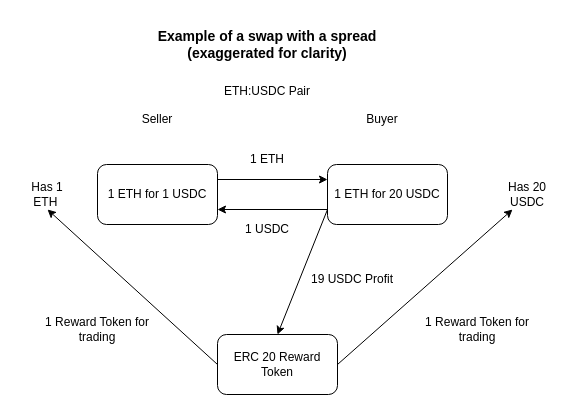
Above: Orderbook.drawio.xml in orderbook-avs/readme (draw.io), before the change. Source tidied: cells renumbered, new cells numbered last; positions are measured from the earlier drawing's top-left corner, leaving out a move shared by most shapes. Both pictures are drawn from the tidied source at 100%, with x=0, y=0 at pixel (17, 17).
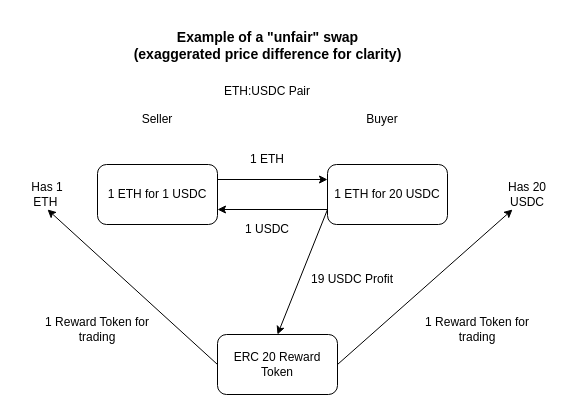
After the change.

Diff of the diagram source:
```diff
@@
-    <mxCell id="20" value="&lt;b&gt;&lt;font style=&quot;font-size: 14px;&quot;&gt;Example of a swap with a spread (exaggerated for clarity)&lt;/font&gt;&lt;/b&gt;" style="text;html=1;align=center;verticalAlign=middle;whiteSpace=wrap;rounded=0;" parent="1" vertex="1">
-      <mxGeometry x="137" width="226" height="53" as="geometry" />
+    <mxCell id="20" value="&lt;b&gt;&lt;font style=&quot;font-size: 14px;&quot;&gt;Example of a &quot;unfair&quot; swap (exaggerated price difference for clarity)&lt;/font&gt;&lt;/b&gt;" style="text;html=1;align=center;verticalAlign=middle;whiteSpace=wrap;rounded=0;" parent="1" vertex="1">
+      <mxGeometry x="114.5" y="1" width="271" height="53" as="geometry" />
     </mxCell>
```
